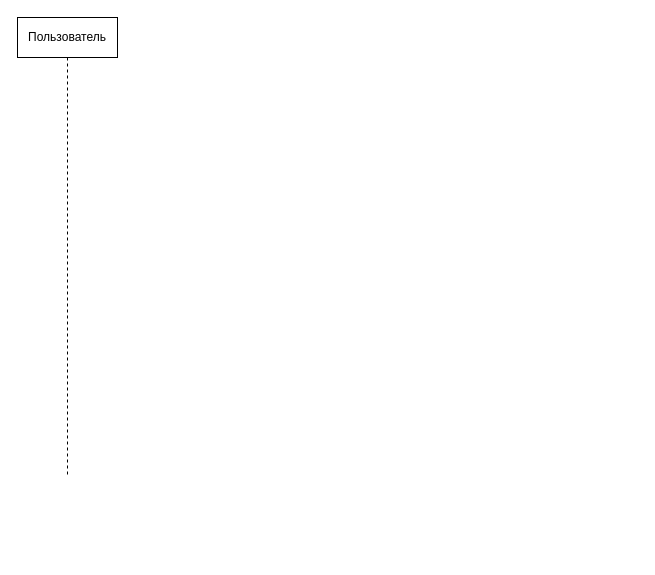
Earlier version of the draw.io diagram ДиаграммаПоследовательности.drawio (hard-gainer/UML). Source tidied: cells renumbered, new cells numbered last; positions are measured from the earlier drawing's top-left corner, leaving out a move shared by most shapes. Both pictures are drawn from the tidied source at 100%, with x=0, y=0 at pixel (17, 17).
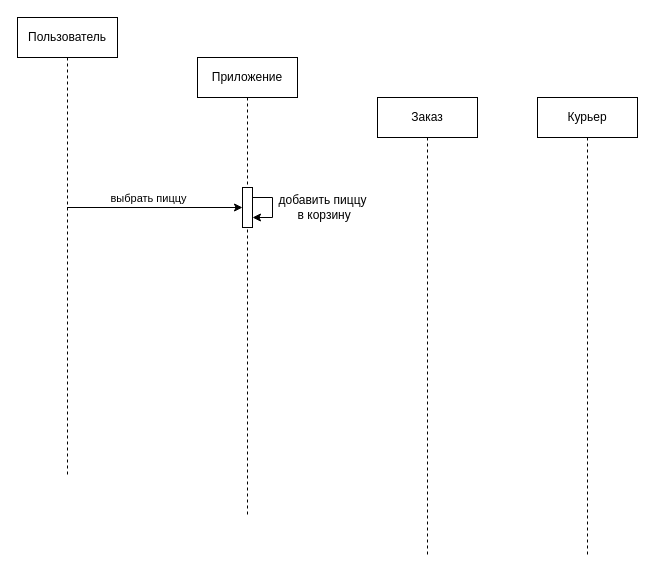
After the change.

The edit, as a diff of the source:
```diff
@@
 <mxGraphModel>
   <root>
     <mxCell id="0" />
     <mxCell id="1" parent="0" />
+    <mxCell id="3" style="edgeStyle=elbowEdgeStyle;rounded=0;jettySize=auto;html=1;elbow=vertical;curved=0;" parent="1" edge="1" source="2" target="6">
+      <mxGeometry relative="1" as="geometry" />
+    </mxCell>
+    <mxCell id="4" value="выбрать пиццу" style="edgeLabel;html=1;align=center;verticalAlign=middle;" parent="3" vertex="1">
+      <mxGeometry x="-0.24" y="1" relative="1" as="geometry">
+        <mxPoint x="14" y="-9" as="offset" />
+      </mxGeometry>
+    </mxCell>
     <mxCell id="2" value="Пользователь" style="shape=umlLifeline;perimeter=lifelinePerimeter;whiteSpace=wrap;html=1;outlineConnect=0;portConstraint=eastwest;newEdgeStyle={&quot;edgeStyle&quot;:&quot;elbowEdgeStyle&quot;,&quot;elbow&quot;:&quot;vertical&quot;,&quot;curved&quot;:0,&quot;rounded&quot;:0};" parent="1" vertex="1">
       <mxGeometry width="100" height="460" as="geometry" />
     </mxCell>
+    <mxCell id="5" value="Приложение" style="shape=umlLifeline;perimeter=lifelinePerimeter;whiteSpace=wrap;html=1;newEdgeStyle={&quot;edgeStyle&quot;:&quot;elbowEdgeStyle&quot;,&quot;elbow&quot;:&quot;vertical&quot;,&quot;curved&quot;:0,&quot;rounded&quot;:0};" parent="1" vertex="1">
+      <mxGeometry x="180" y="40" width="100" height="460" as="geometry" />
+    </mxCell>
+    <mxCell id="6" style="html=1;points=[[0,0,0,0,5],[0,1,0,0,-5],[1,0,0,0,5],[1,1,0,0,-5]];perimeter=orthogonalPerimeter;outlineConnect=0;targetShapes=umlLifeline;portConstraint=eastwest;newEdgeStyle={&quot;curved&quot;:0,&quot;rounded&quot;:0};" parent="5" vertex="1">
+      <mxGeometry x="45" y="130" width="10" height="40" as="geometry" />
+    </mxCell>
+    <mxCell id="7" style="edgeStyle=orthogonalEdgeStyle;rounded=0;orthogonalLoop=1;jettySize=auto;html=1;curved=0;" parent="5" edge="1" source="6" target="6">
+      <mxGeometry relative="1" as="geometry" />
+    </mxCell>
+    <mxCell id="8" value="Курьер" style="shape=umlLifeline;perimeter=lifelinePerimeter;whiteSpace=wrap;html=1;newEdgeStyle={&quot;edgeStyle&quot;:&quot;elbowEdgeStyle&quot;,&quot;elbow&quot;:&quot;vertical&quot;,&quot;curved&quot;:0,&quot;rounded&quot;:0};" parent="1" vertex="1">
+      <mxGeometry x="520" y="80" width="100" height="460" as="geometry" />
+    </mxCell>
+    <mxCell id="9" value="добавить пиццу&lt;div&gt;&amp;nbsp;в корзину&lt;/div&gt;" style="text;html=1;align=center;verticalAlign=middle;strokeColor=none;fillColor=none;" parent="1" vertex="1">
+      <mxGeometry x="250" y="170" width="110" height="40" as="geometry" />
+    </mxCell>
+    <mxCell id="10" value="Заказ" style="shape=umlLifeline;perimeter=lifelinePerimeter;whiteSpace=wrap;html=1;newEdgeStyle={&quot;edgeStyle&quot;:&quot;elbowEdgeStyle&quot;,&quot;elbow&quot;:&quot;vertical&quot;,&quot;curved&quot;:0,&quot;rounded&quot;:0};" parent="1" vertex="1">
+      <mxGeometry x="360" y="80" width="100" height="460" as="geometry" />
+    </mxCell>
   </root>
 </mxGraphModel>
```
